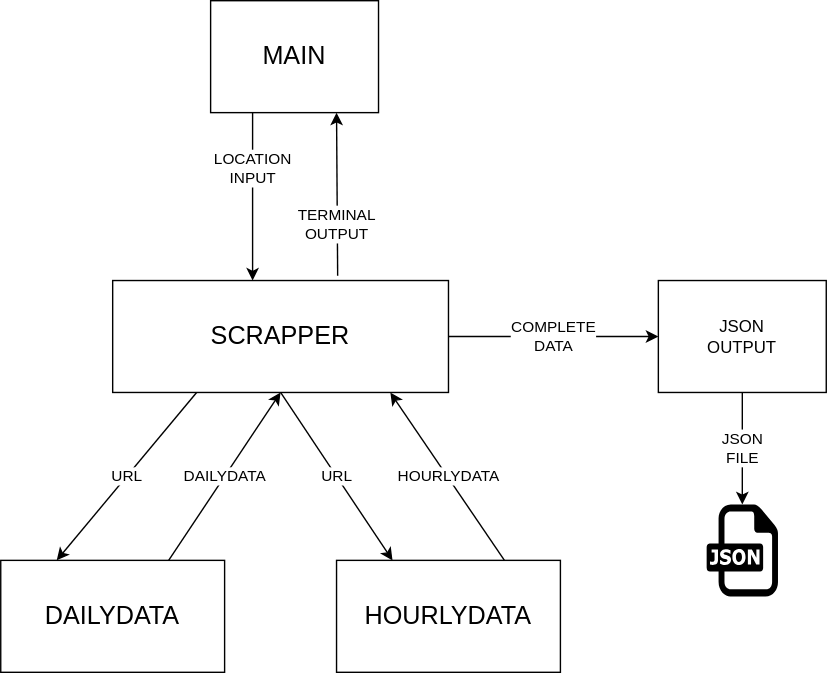
Earlier version of the draw.io export Flow/flow.svg (Ansh-Kotwal/Weather-Prediction). Source tidied: cells renumbered, new cells last; positions are measured from the earlier drawing's top-left corner, leaving out a move shared by most shapes. The source it was exported from:
```xml
<mxGraphModel>
  <root>
    <mxCell id="0" />
    <mxCell id="1" parent="0" />
    <mxCell id="2" value="&lt;font style=&quot;font-size: 18px;&quot;&gt;MAIN&lt;/font&gt;" style="rounded=0;whiteSpace=wrap;html=1;" parent="1" vertex="1">
      <mxGeometry x="150" width="120" height="80" as="geometry" />
    </mxCell>
    <mxCell id="3" value="&lt;font style=&quot;font-size: 18px;&quot;&gt;SCRAPPER&lt;/font&gt;" style="rounded=0;whiteSpace=wrap;html=1;" parent="1" vertex="1">
      <mxGeometry x="80" y="200" width="240" height="80" as="geometry" />
    </mxCell>
    <mxCell id="4" value="URL" style="endArrow=classic;html=1;entryX=0.25;entryY=0;entryDx=0;entryDy=0;exitX=0.25;exitY=1;exitDx=0;exitDy=0;" parent="1" edge="1" source="3" target="5">
      <mxGeometry relative="1" as="geometry" />
    </mxCell>
    <mxCell id="5" value="DAILYDATA" style="rounded=0;whiteSpace=wrap;html=1;fontSize=18;" parent="1" vertex="1">
      <mxGeometry y="400" width="160" height="80" as="geometry" />
    </mxCell>
    <mxCell id="6" value="DAILYDATA" style="endArrow=classic;html=1;exitX=0.75;exitY=0;exitDx=0;exitDy=0;entryX=0.5;entryY=1;entryDx=0;entryDy=0;" parent="1" edge="1" source="5" target="3">
      <mxGeometry relative="1" as="geometry" />
    </mxCell>
    <mxCell id="7" value="URL" style="endArrow=classic;html=1;entryX=0.25;entryY=0;entryDx=0;entryDy=0;exitX=0.5;exitY=1;exitDx=0;exitDy=0;" parent="1" edge="1" source="3" target="8">
      <mxGeometry relative="1" as="geometry" />
    </mxCell>
    <mxCell id="8" value="HOURLYDATA" style="rounded=0;whiteSpace=wrap;html=1;fontSize=18;" parent="1" vertex="1">
      <mxGeometry x="240" y="400" width="160" height="80" as="geometry" />
    </mxCell>
    <mxCell id="9" value="HOURLYDATA" style="endArrow=classic;html=1;exitX=0.75;exitY=0;exitDx=0;exitDy=0;entryX=0.827;entryY=1.002;entryDx=0;entryDy=0;entryPerimeter=0;" parent="1" edge="1" source="8" target="3">
      <mxGeometry relative="1" as="geometry" />
    </mxCell>
    <mxCell id="10" value="COMPLETE&lt;br&gt;DATA" style="endArrow=classic;html=1;entryX=0;entryY=0.5;entryDx=0;entryDy=0;" parent="1" edge="1" target="13">
      <mxGeometry relative="1" as="geometry">
        <mxPoint x="320" y="240" as="sourcePoint" />
      </mxGeometry>
    </mxCell>
    <mxCell id="11" value="LOCATION &lt;br&gt;INPUT" style="endArrow=classic;html=1;exitX=0.25;exitY=1;exitDx=0;exitDy=0;" parent="1" edge="1" source="2">
      <mxGeometry x="-0.33" relative="1" as="geometry">
        <mxPoint x="180" y="200" as="targetPoint" />
      </mxGeometry>
    </mxCell>
    <mxCell id="12" value="TERMINAL&lt;br&gt;OUTPUT" style="endArrow=classic;html=1;entryX=0.75;entryY=1;entryDx=0;entryDy=0;exitX=0.67;exitY=-0.042;exitDx=0;exitDy=0;exitPerimeter=0;" parent="1" edge="1" source="3" target="2">
      <mxGeometry x="-0.37" y="1" relative="1" as="geometry" />
    </mxCell>
    <mxCell id="13" value="JSON&lt;br&gt;OUTPUT" style="rounded=0;whiteSpace=wrap;html=1;" parent="1" vertex="1">
      <mxGeometry x="470" y="200" width="120" height="80" as="geometry" />
    </mxCell>
    <mxCell id="14" style="dashed=0;outlineConnect=0;html=1;align=center;labelPosition=center;verticalLabelPosition=bottom;verticalAlign=top;shape=mxgraph.weblogos.json;" parent="1" vertex="1">
      <mxGeometry x="504.5" y="360" width="51" height="65.8" as="geometry" />
    </mxCell>
    <mxCell id="15" value="JSON&lt;br&gt;FILE" style="endArrow=classic;html=1;exitX=0.5;exitY=1;exitDx=0;exitDy=0;" parent="1" edge="1" source="13" target="14">
      <mxGeometry relative="1" as="geometry" />
    </mxCell>
  </root>
</mxGraphModel>
```
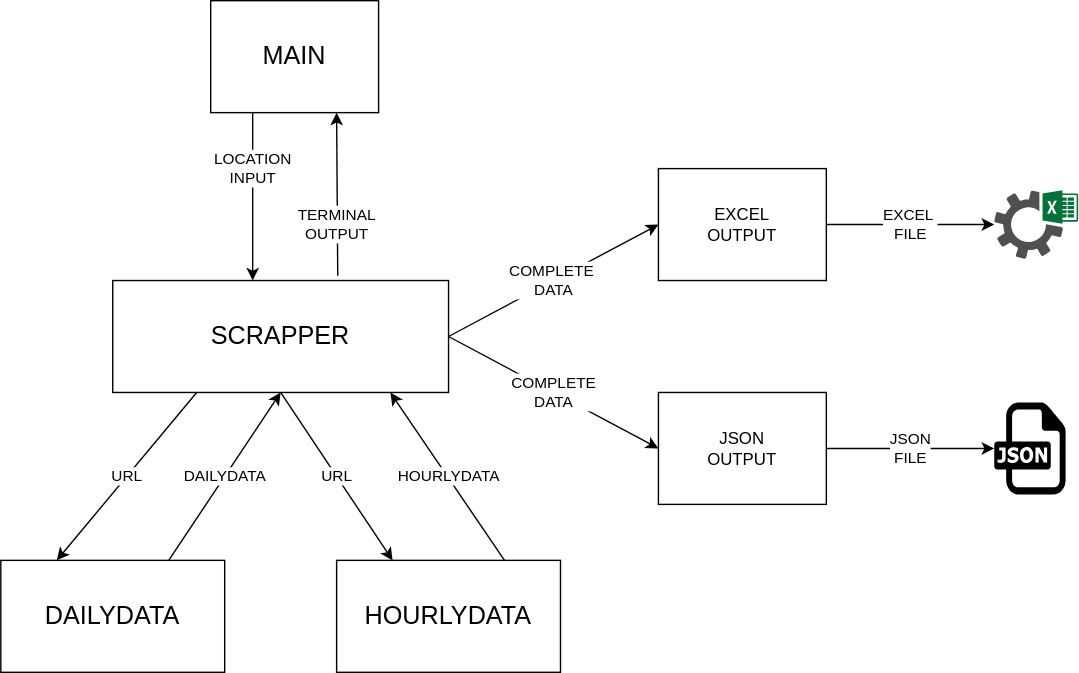
Later version of the same file.

Commit message:
Updated Program Flow

What changed in the source:
```diff
@@ -40,13 +40,27 @@
       <mxGeometry x="-0.37" y="1" relative="1" as="geometry" />
     </mxCell>
     <mxCell id="13" value="JSON&lt;br&gt;OUTPUT" style="rounded=0;whiteSpace=wrap;html=1;" parent="1" vertex="1">
-      <mxGeometry x="470" y="200" width="120" height="80" as="geometry" />
+      <mxGeometry x="470" y="280" width="120" height="80" as="geometry" />
     </mxCell>
     <mxCell id="14" style="dashed=0;outlineConnect=0;html=1;align=center;labelPosition=center;verticalLabelPosition=bottom;verticalAlign=top;shape=mxgraph.weblogos.json;" parent="1" vertex="1">
-      <mxGeometry x="504.5" y="360" width="51" height="65.8" as="geometry" />
+      <mxGeometry x="710" y="287.1" width="51" height="65.8" as="geometry" />
     </mxCell>
-    <mxCell id="15" value="JSON&lt;br&gt;FILE" style="endArrow=classic;html=1;exitX=0.5;exitY=1;exitDx=0;exitDy=0;" parent="1" edge="1" source="13" target="14">
+    <mxCell id="15" value="JSON&lt;br&gt;FILE" style="endArrow=classic;html=1;exitX=1;exitY=0.5;exitDx=0;exitDy=0;" parent="1" edge="1" source="13" target="14">
       <mxGeometry relative="1" as="geometry" />
     </mxCell>
+    <mxCell id="16" value="COMPLETE&amp;nbsp;&lt;br&gt;DATA" style="edgeStyle=none;html=1;exitX=1;exitY=0.5;exitDx=0;exitDy=0;entryX=0;entryY=0.5;entryDx=0;entryDy=0;" parent="1" edge="1" source="3" target="18">
+      <mxGeometry relative="1" as="geometry" />
+    </mxCell>
+    <mxCell id="17" value="EXCEL&amp;nbsp;&lt;br&gt;FILE" style="edgeStyle=none;html=1;exitX=1;exitY=0.5;exitDx=0;exitDy=0;" parent="1" edge="1" source="18">
+      <mxGeometry relative="1" as="geometry">
+        <mxPoint x="710" y="160" as="targetPoint" />
+      </mxGeometry>
+    </mxCell>
+    <mxCell id="18" value="EXCEL&lt;br&gt;OUTPUT" style="rounded=0;whiteSpace=wrap;html=1;" parent="1" vertex="1">
+      <mxGeometry x="470" y="120" width="120" height="80" as="geometry" />
+    </mxCell>
+    <mxCell id="19" style="sketch=0;shadow=0;dashed=0;html=1;strokeColor=none;fillColor=#505050;labelPosition=center;verticalLabelPosition=bottom;verticalAlign=top;align=center;shape=mxgraph.office.services.excel_services;" parent="1" vertex="1">
+      <mxGeometry x="710" y="135.5" width="60" height="49" as="geometry" />
+    </mxCell>
   </root>
 </mxGraphModel>
```
